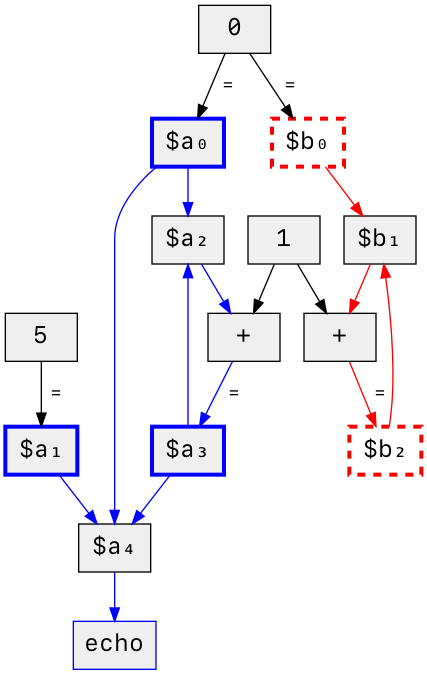
The Graphviz diagram assets/images/dataflow_coloured.png in psalm/psalm.dev, before a commit. Its source is kept beside it as assets/images/dataflow_coloured.dot. Source of this version:
```dot
digraph G {
  graph[fontsize=18 fontname="SF Mono"];
  color="#efefef";
  node[shape=box style=filled fontsize=18 fontname="SF Mono" fillcolor="#efefef"];
  edge[fontsize=12 fontname="SF Mono"];

  zero [label="0"];
  five [label="5"];
  one [label="1"];
  a0 [label="$a₀" penwidth="3" color="blue"];
  a1 [label="$a₁" penwidth="3" color="blue"];
  a2 [label="$a₂"];
  a3 [label="$a₃" penwidth="3" color="blue"];
  a4 [label="$a₄"];
  b0 [label="$b₀" penwidth="3" color="red" style=dashed];
  b1 [label="$b₁"];
  b2 [label="$b₂" penwidth="3" color="red" style=dashed];
  a2_plus_1 [label="+"];
  b1_plus_1 [label="+"];
  echo [label="echo" color="blue"];

  zero -> a0 [label=" ="]
  zero -> b0 [label=" ="]
  five -> a1 [label=" ="]

  a0 -> a4 [color="blue"];
  a1 -> a4 [color="blue"];
  a3 -> a4 [color="blue"];

  a0 -> a2 [color="blue"];
  a3 -> a2 [color="blue"];

  b0 -> b1 [color="red"]

  one -> a2_plus_1
  a2 -> a2_plus_1 [color="blue"];

  a2_plus_1 -> a3 [color="blue" label=" ="];

  one -> b1_plus_1
  b1 -> b1_plus_1 [color="red"]

  b1_plus_1 -> b2 [color="red" label=" ="]

  b2 -> b1 [color="red"]

  a4 -> echo [color="blue"];
}
```
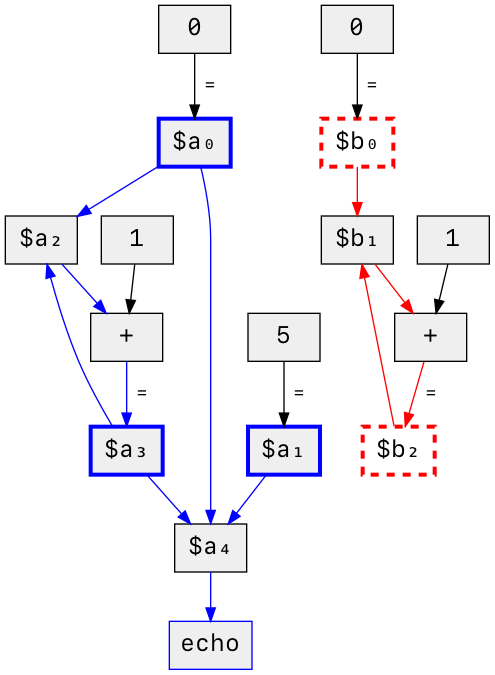
The same file after the commit.

Commit message:
Improve diagrams

The edit, as a diff of the source:
```diff
@@ -4,9 +4,11 @@
   node[shape=box style=filled fontsize=18 fontname="SF Mono" fillcolor="#efefef"];
   edge[fontsize=12 fontname="SF Mono"];
 
-  zero [label="0"];
+  zero_a [label="0"];
+  zero_b [label="0"];
   five [label="5"];
-  one [label="1"];
+  one_a [label="1"];
+  one_b [label="1"];
   a0 [label="$a₀" penwidth="3" color="blue"];
   a1 [label="$a₁" penwidth="3" color="blue"];
   a2 [label="$a₂"];
@@ -19,8 +21,8 @@
   b1_plus_1 [label="+"];
   echo [label="echo" color="blue"];
 
-  zero -> a0 [label=" ="]
-  zero -> b0 [label=" ="]
+  zero_a -> a0 [label=" ="]
+  zero_b -> b0 [label=" ="]
   five -> a1 [label=" ="]
 
   a0 -> a4 [color="blue"];
@@ -32,12 +34,12 @@
 
   b0 -> b1 [color="red"]
 
-  one -> a2_plus_1
+  one_a -> a2_plus_1
   a2 -> a2_plus_1 [color="blue"];
 
   a2_plus_1 -> a3 [color="blue" label=" ="];
 
-  one -> b1_plus_1
+  one_b -> b1_plus_1
   b1 -> b1_plus_1 [color="red"]
 
   b1_plus_1 -> b2 [color="red" label=" ="]
```
